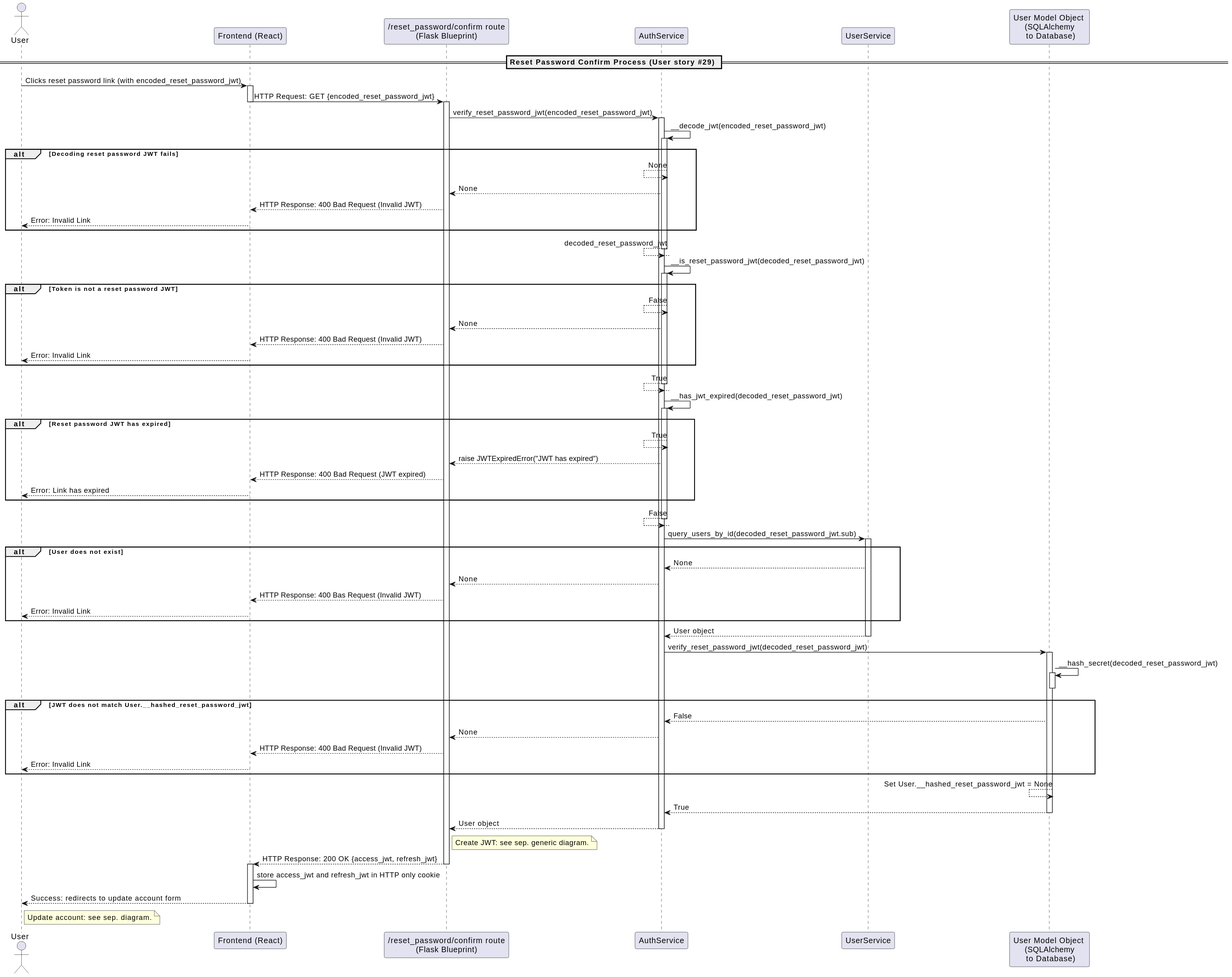
Earlier version of the PlantUML export docs/out/diagrams/uml/sequence/account_management/ResetPasswordConfirmSequence.svg (dominikoetiker/TheMentalLoadHub).
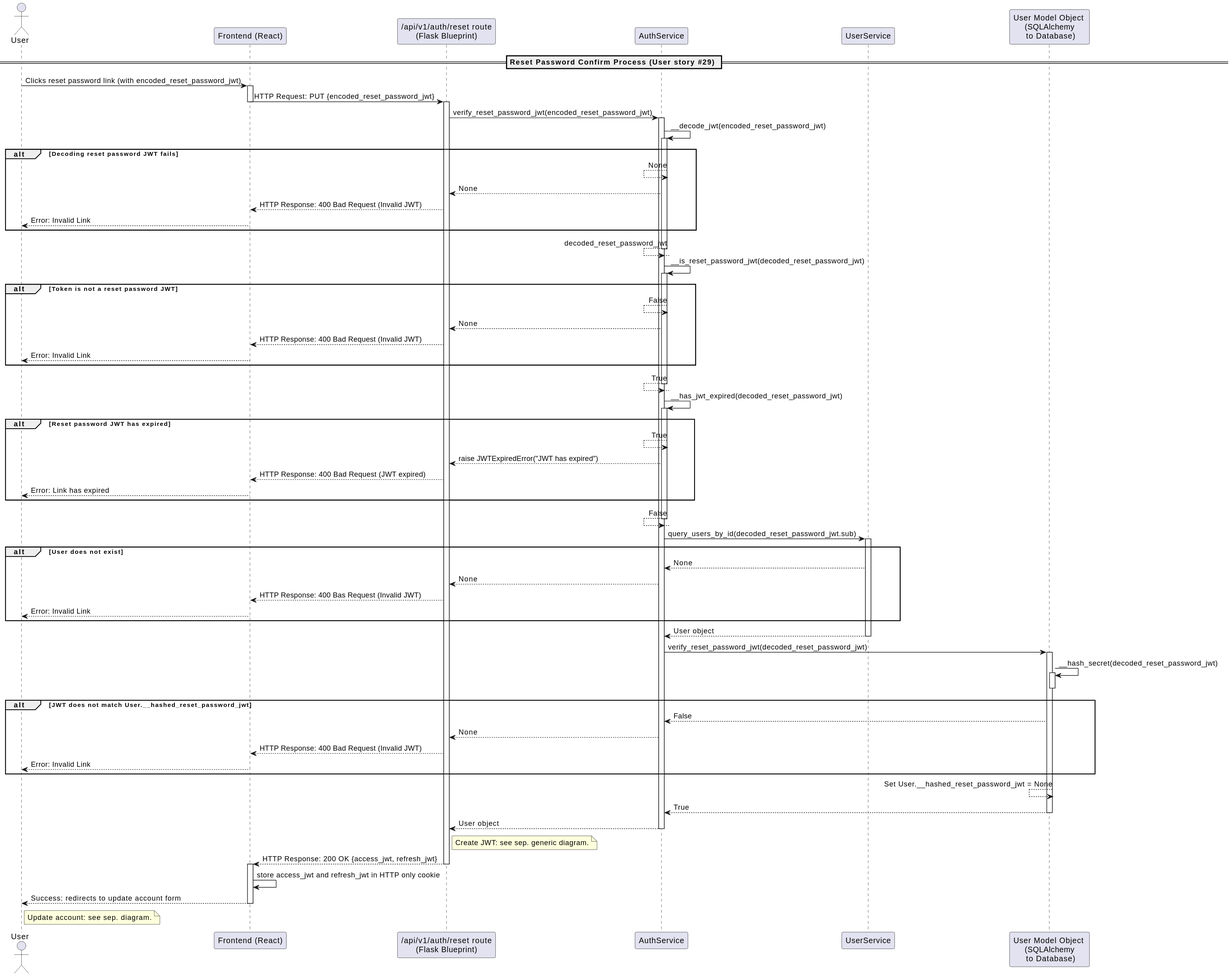
Later version of the same file.

Diff of the diagram source:
```diff
@@ -1,7 +1,7 @@
 @startuml
 actor "User" as User
 participant "Frontend (React)" as FE
-participant "/reset_password/confirm route\n(Flask Blueprint)" as RCR
+participant "/api/v1/auth/reset route\n(Flask Blueprint)" as ARsR
 participant "AuthService" as AS
 participant "UserService" as US
 participant "User Model Object \n(SQLAlchemy\n to Database)" as UM
@@ -9,17 +9,17 @@
 == Reset Password Confirm Process (User story #29) ==
 User -> FE : Clicks reset password link (with encoded_reset_password_jwt)
 activate FE
-FE -> RCR : HTTP Request: GET {encoded_reset_password_jwt}
+FE -> ARsR : HTTP Request: PUT {encoded_reset_password_jwt}
 deactivate FE
-activate RCR
-RCR -> AS : verify_reset_password_jwt(encoded_reset_password_jwt)
+activate ARsR
+ARsR -> AS : verify_reset_password_jwt(encoded_reset_password_jwt)
 activate AS
 AS -> AS : __decode_jwt(encoded_reset_password_jwt)
 activate AS
 alt Decoding reset password JWT fails
     AS <-- AS : None
-    RCR <-- AS : None
-    FE <-- RCR : HTTP Response: 400 Bad Request (Invalid JWT)
+    ARsR <-- AS : None
+    FE <-- ARsR : HTTP Response: 400 Bad Request (Invalid JWT)
     User <-- FE : Error: Invalid Link
 end
 AS <-- AS : decoded_reset_password_jwt
@@ -28,8 +28,8 @@
 activate AS
 alt Token is not a reset password JWT
     AS <-- AS : False
-    RCR <-- AS : None
-    FE <-- RCR : HTTP Response: 400 Bad Request (Invalid JWT)
+    ARsR <-- AS : None
+    FE <-- ARsR : HTTP Response: 400 Bad Request (Invalid JWT)
     User <-- FE : Error: Invalid Link
 end
 AS <-- AS : True
@@ -38,8 +38,8 @@
 activate AS
 alt Reset password JWT has expired
     AS <-- AS : True
-    RCR <-- AS : raise JWTExpiredError("JWT has expired")
-    FE <-- RCR : HTTP Response: 400 Bad Request (JWT expired)
+    ARsR <-- AS : raise JWTExpiredError("JWT has expired")
+    FE <-- ARsR : HTTP Response: 400 Bad Request (JWT expired)
     User <-- FE : Error: Link has expired
 end
 AS <-- AS : False
@@ -48,8 +48,8 @@
 activate US
 alt User does not exist
     AS <-- US : None
-    RCR <-- AS : None
-    FE <-- RCR : HTTP Response: 400 Bas Request (Invalid JWT)
+    ARsR <-- AS : None
+    FE <-- ARsR : HTTP Response: 400 Bas Request (Invalid JWT)
     User <-- FE : Error: Invalid Link
 end
 AS <-- US : User object
@@ -61,18 +61,18 @@
 deactivate UM
 alt JWT does not match User.__hashed_reset_password_jwt
     AS <-- UM : False
-    RCR <-- AS : None
-    FE <-- RCR : HTTP Response: 400 Bad Request (Invalid JWT)
+    ARsR <-- AS : None
+    FE <-- ARsR : HTTP Response: 400 Bad Request (Invalid JWT)
     User <-- FE : Error: Invalid Link
 end
 UM <-- UM : Set User.__hashed_reset_password_jwt = None
 AS <-- UM : True
 deactivate UM
-RCR <-- AS : User object
+ARsR <-- AS : User object
 deactivate AS
-note right of RCR : Create JWT: see sep. generic diagram.
-FE <-- RCR : HTTP Response: 200 OK {access_jwt, refresh_jwt}
-deactivate RCR
+note right of ARsR : Create JWT: see sep. generic diagram.
+FE <-- ARsR : HTTP Response: 200 OK {access_jwt, refresh_jwt}
+deactivate ARsR
 activate FE
 FE -> FE : store access_jwt and refresh_jwt in HTTP only cookie
 User <-- FE : Success: redirects to update account form
```
